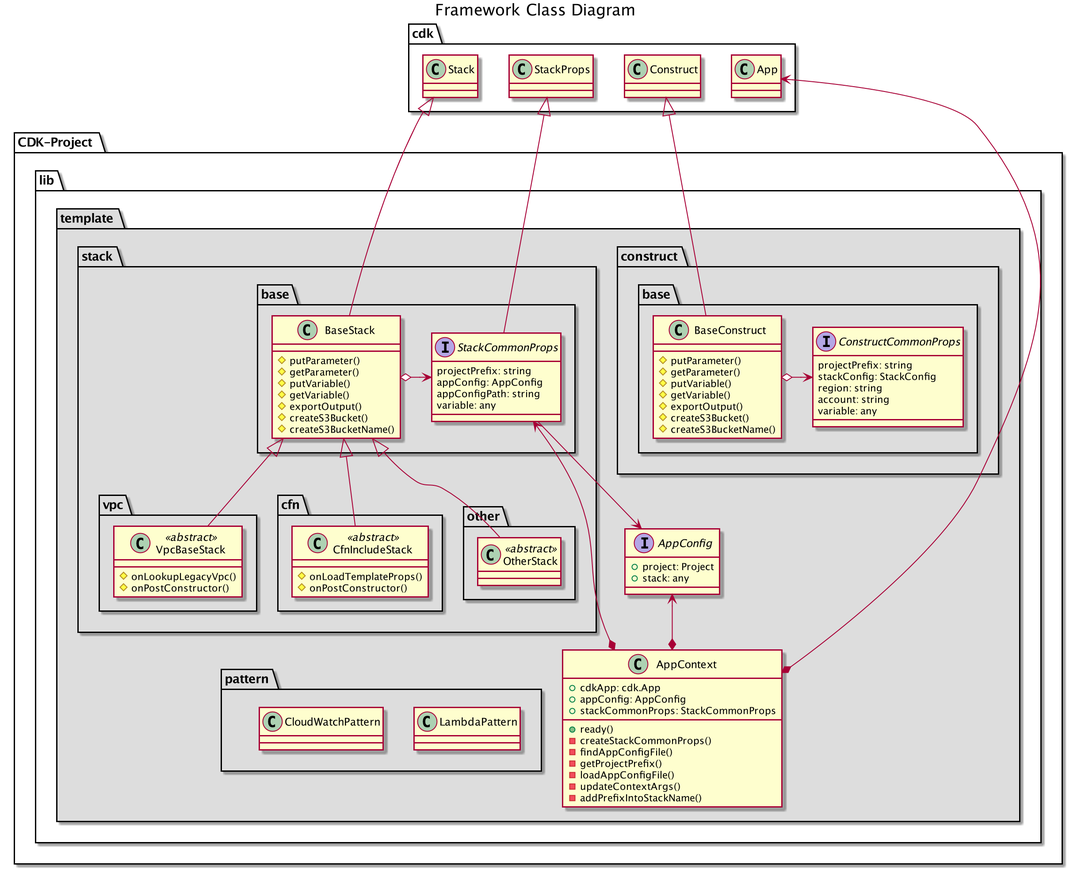
The PlantUML diagram docs/asset/classdiagram-core.png in aws-samples/aws-cdk-project-template-for-devops, before a commit. Source of this version:
```plantuml
@startuml ClassDiagram01

scale 2
title Framework Class Diagram


package CDK-Project {

    package lib {
        package template #DDDDDD {
            interface AppConfig {
                +project: Project
                +stack: any
            }

            class AppContext {
                +cdkApp: cdk.App
                +appConfig: AppConfig
                +stackCommonProps: StackCommonProps
                +ready()
                -createStackCommonProps()
                -findAppConfigFile()
                -getProjectPrefix()
                -loadAppConfigFile()
                -updateContextArgs()
                -addPrefixIntoStackName()
            }

            package construct {
                namespace construct.base {
                    interface ConstructCommonProps {
                        projectPrefix: string
                        stackConfig: StackConfig
                        region: string
                        account: string
                        variable: any
                    }
                    class BaseConstruct {
                        #putParameter()
                        #getParameter()
                        #putVariable()
                        #getVariable()
                        #exportOutput()
                        #createS3Bucket()
                        #createS3BucketName()
                    }
                    cdk.Construct <|-- BaseConstruct
                    BaseConstruct o-right-> ConstructCommonProps
                }
            }

            package stack {
                namespace stack.base {
                    interface StackCommonProps {
                        projectPrefix: string
                        appConfig: AppConfig
                        appConfigPath: string
                        variable: any
                    }
                    class BaseStack {
                        #putParameter()
                        #getParameter()
                        #putVariable()
                        #getVariable()
                        #exportOutput()
                        #createS3Bucket()
                        #createS3BucketName()
                    }
                    BaseStack o-right-> StackCommonProps
                }
                package vpc {
                    class VpcBaseStack <<abstract>> {
                        #onLookupLegacyVpc()
                        #onPostConstructor()
                    }
                    stack.base.BaseStack <|-- VpcBaseStack
                }
                package cfn {
                    class CfnIncludeStack <<abstract>> {
                        #onLoadTemplateProps()
                        #onPostConstructor()
                    }
                    stack.base.BaseStack <|-- CfnIncludeStack
                }
                package other {
                    class OtherStack <<abstract>> {

                    }
                    stack.base.BaseStack <|-- OtherStack
                }

            }
            namespace pattern {
                class LambdaPattern {
                }
                class CloudWatchPattern {
                }
            }
            pattern -right[hidden]-> AppContext
            AppConfig <--* AppContext
            stack.base.StackCommonProps <--* AppContext
        }
    cdk.App <--* AppContext
    cdk.Stack <|-- stack.base.BaseStack
    stack.base.StackCommonProps --> AppConfig
    cdk.StackProps <|-- stack.base.StackCommonProps
    }
}

@enduml
```
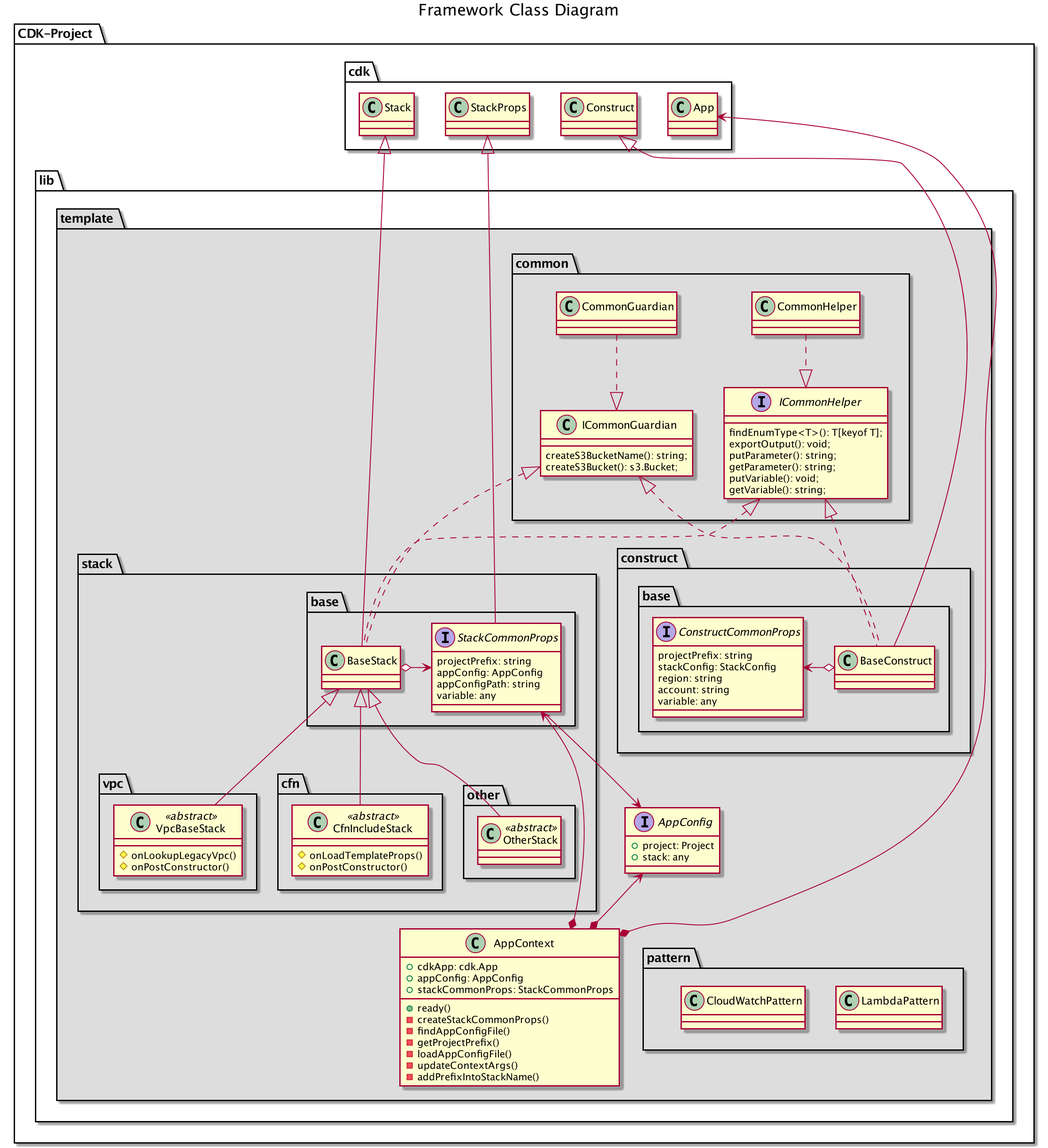
Later version of the same file.

Diff of the diagram source:
```diff
@@ -6,6 +6,12 @@
 
 package CDK-Project {
 
+    namespace cdk {
+        class Stack {}
+        class StackProps {}
+        class Construct {}
+        class App {}
+    }
     package lib {
         package template #DDDDDD {
             interface AppConfig {
@@ -26,6 +32,32 @@
                 -addPrefixIntoStackName()
             }
 
+            namespace template.common {
+                interface ICommonHelper {
+                    findEnumType<T>(): T[keyof T];
+                    exportOutput(): void;
+                    putParameter(): string;
+                    getParameter(): string;
+                    putVariable(): void;
+                    getVariable(): string;
+                }
+                class CommonHelper {
+
+                }
+
+                CommonHelper ..|> ICommonHelper
+
+                interface ICommonGuardian {
+                    createS3BucketName(): string;
+                    createS3Bucket(): s3.Bucket;
+                }
+                class ICommonGuardian {
+
+                }
+
+                CommonGuardian ..|> ICommonGuardian
+            }
+
             package construct {
                 namespace construct.base {
                     interface ConstructCommonProps {
@@ -36,16 +68,8 @@
                         variable: any
                     }
                     class BaseConstruct {
-                        #putParameter()
-                        #getParameter()
-                        #putVariable()
-                        #getVariable()
-                        #exportOutput()
-                        #createS3Bucket()
-                        #createS3BucketName()
                     }
-                    cdk.Construct <|-- BaseConstruct
-                    BaseConstruct o-right-> ConstructCommonProps
+                    BaseConstruct o-left-> ConstructCommonProps
                 }
             }
 
@@ -58,13 +82,6 @@
                         variable: any
                     }
                     class BaseStack {
-                        #putParameter()
-                        #getParameter()
-                        #putVariable()
-                        #getVariable()
-                        #exportOutput()
-                        #createS3Bucket()
-                        #createS3BucketName()
                     }
                     BaseStack o-right-> StackCommonProps
                 }
@@ -90,6 +107,12 @@
                 }
 
             }
+
+            stack.base.BaseStack .up.|> template.common.ICommonHelper
+            construct.base.BaseConstruct .up.|> template.common.ICommonHelper
+            stack.base.BaseStack .up.|> template.common.ICommonGuardian
+            construct.base.BaseConstruct .up.|> template.common.ICommonGuardian
+
             namespace pattern {
                 class LambdaPattern {
                 }
@@ -100,10 +123,12 @@
             AppConfig <--* AppContext
             stack.base.StackCommonProps <--* AppContext
         }
-    cdk.App <--* AppContext
-    cdk.Stack <|-- stack.base.BaseStack
+    template.common -up[hidden]-> cdk.App
+    AppContext *-up-> cdk.App
+    stack.base.BaseStack -up-|> cdk.Stack
+    stack.base.StackCommonProps -up-|> cdk.StackProps
+    cdk.Construct <|-down- construct.base.BaseConstruct
     stack.base.StackCommonProps --> AppConfig
-    cdk.StackProps <|-- stack.base.StackCommonProps
     }
 }
 
```
